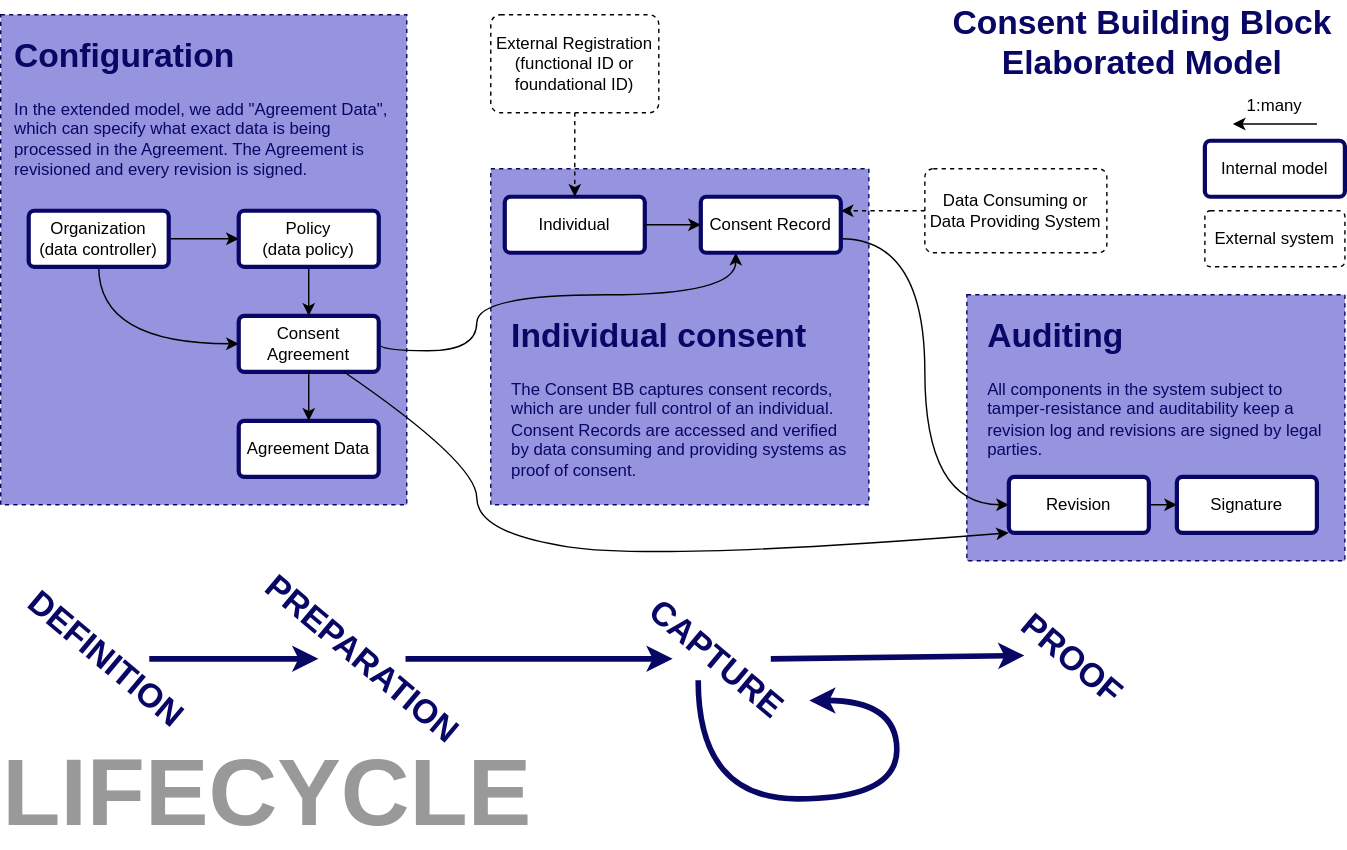
Above: spec/diagrams/extended-resource-relationship-model.svg in GovStackWorkingGroup/bb-consent (draw.io), before the change. Source tidied: cells renumbered, new cells last; positions are measured from the earlier drawing's top-left corner, leaving out a move shared by most shapes.
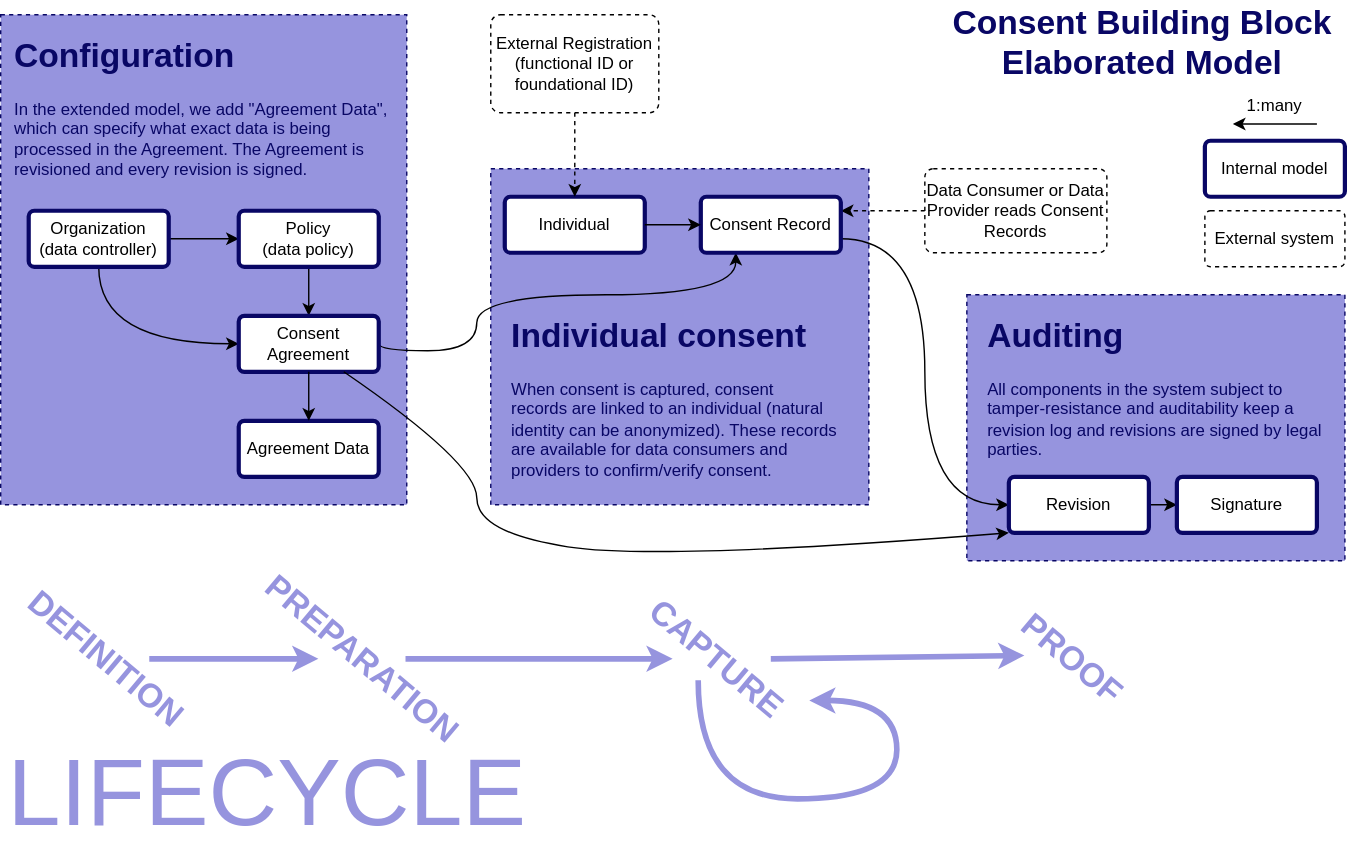
The same file after the commit.

Change to the diagram source:
```diff
@@ -41,7 +41,7 @@
     <mxCell id="12" style="edgeStyle=orthogonalEdgeStyle;curved=1;rounded=0;jettySize=auto;html=1;entryX=1;entryY=0.25;entryDx=0;entryDy=0;dashed=1;" parent="1" edge="1" source="13" target="16">
       <mxGeometry relative="1" as="geometry" />
     </mxCell>
-    <mxCell id="13" value="Data Consuming or Data Providing System" style="rounded=1;arcSize=10;whiteSpace=wrap;html=1;align=center;dashed=1;" parent="1" vertex="1">
+    <mxCell id="13" value="Data Consumer or Data Provider reads Consent Records" style="rounded=1;arcSize=10;whiteSpace=wrap;html=1;align=center;dashed=1;" parent="1" vertex="1">
       <mxGeometry x="660" y="120" width="130" height="60" as="geometry" />
     </mxCell>
     <mxCell id="14" value="Individual" style="rounded=1;arcSize=10;whiteSpace=wrap;html=1;align=center;strokeWidth=3;strokeColor=#090765;" parent="1" vertex="1">
@@ -68,7 +68,7 @@
     <mxCell id="21" value="&lt;h1&gt;Configuration&lt;/h1&gt;&lt;p&gt;In the extended model, we add &quot;Agreement Data&quot;, which can specify what exact data is being processed in the Agreement. The Agreement is revisioned and every revision is signed.&lt;br&gt;&lt;/p&gt;" style="text;html=1;strokeColor=none;fillColor=none;spacing=5;spacingTop=-20;whiteSpace=wrap;overflow=hidden;rounded=0;dashed=1;fontColor=#090765;" parent="1" vertex="1">
       <mxGeometry x="5" y="20" width="280" height="120" as="geometry" />
     </mxCell>
-    <mxCell id="22" value="&lt;h1&gt;Individual consent&lt;br&gt;&lt;/h1&gt;&lt;p&gt;The Consent BB captures consent records, which are under full control of an individual. Consent Records are accessed and verified by data consuming and providing systems as proof of consent.&lt;br&gt;&lt;/p&gt;" style="text;html=1;strokeColor=none;fillColor=none;spacing=5;spacingTop=-20;whiteSpace=wrap;overflow=hidden;rounded=0;dashed=1;fontColor=#090765;" parent="1" vertex="1">
+    <mxCell id="22" value="&lt;h1&gt;Individual consent&lt;br&gt;&lt;/h1&gt;&lt;p&gt;When consent is captured, consent &lt;br&gt;records are linked to an individual (natural identity can be anonymized). These records are available for data consumers and providers  to confirm/verify consent.&lt;br&gt;&lt;/p&gt;" style="text;html=1;strokeColor=none;fillColor=none;spacing=5;spacingTop=-20;whiteSpace=wrap;overflow=hidden;rounded=0;dashed=1;fontColor=#090765;" parent="1" vertex="1">
       <mxGeometry x="360" y="220" width="250" height="130" as="geometry" />
     </mxCell>
     <mxCell id="23" value="Consent Building Block&lt;br&gt;Elaborated Model" style="text;strokeColor=none;fillColor=none;html=1;fontSize=24;fontStyle=1;verticalAlign=middle;align=center;dashed=1;fontColor=#090765;" parent="1" vertex="1">
@@ -113,22 +113,22 @@
     <mxCell id="33" value="&lt;h1&gt;Auditing&lt;br&gt;&lt;/h1&gt;&lt;p&gt;All components in the system subject to tamper-resistance and auditability keep a revision log and revisions are signed by legal parties.&lt;br&gt;&lt;/p&gt;" style="text;html=1;strokeColor=none;fillColor=none;spacing=5;spacingTop=-20;whiteSpace=wrap;overflow=hidden;rounded=0;dashed=1;fontColor=#090765;" parent="1" vertex="1">
       <mxGeometry x="700" y="220" width="250" height="130" as="geometry" />
     </mxCell>
-    <mxCell id="34" style="edgeStyle=orthogonalEdgeStyle;curved=1;rounded=0;jettySize=auto;html=1;fontColor=#3333FF;strokeWidth=4;strokeColor=#090765;" parent="1" edge="1" source="35" target="37">
+    <mxCell id="34" style="edgeStyle=orthogonalEdgeStyle;curved=1;rounded=0;jettySize=auto;html=1;fontColor=#3333FF;strokeWidth=4;strokeColor=#9694DE;" parent="1" edge="1" source="35" target="37">
       <mxGeometry relative="1" as="geometry" />
     </mxCell>
-    <mxCell id="35" value="DEFINITION" style="text;strokeColor=none;fillColor=none;html=1;fontSize=24;fontStyle=1;verticalAlign=middle;align=center;fontColor=#090765;rotation=40;" parent="1" vertex="1">
+    <mxCell id="35" value="DEFINITION" style="text;strokeColor=none;fillColor=none;html=1;fontSize=24;fontStyle=1;verticalAlign=middle;align=center;fontColor=#9694DE;rotation=40;" parent="1" vertex="1">
       <mxGeometry y="450" width="150" height="40" as="geometry" />
     </mxCell>
-    <mxCell id="36" style="edgeStyle=orthogonalEdgeStyle;curved=1;rounded=0;jettySize=auto;html=1;fontColor=#3333FF;strokeColor=#090765;strokeWidth=4;" parent="1" edge="1" source="37" target="38">
+    <mxCell id="36" style="edgeStyle=orthogonalEdgeStyle;curved=1;rounded=0;jettySize=auto;html=1;fontColor=#3333FF;strokeColor=#9694DE;strokeWidth=4;" parent="1" edge="1" source="37" target="38">
       <mxGeometry relative="1" as="geometry" />
     </mxCell>
-    <mxCell id="37" value="PREPARATION" style="text;strokeColor=none;fillColor=none;html=1;fontSize=24;fontStyle=1;verticalAlign=middle;align=center;fontColor=#090765;rotation=40;" parent="1" vertex="1">
+    <mxCell id="37" value="PREPARATION" style="text;strokeColor=none;fillColor=none;html=1;fontSize=24;fontStyle=1;verticalAlign=middle;align=center;fontColor=#9694DE;rotation=40;" parent="1" vertex="1">
       <mxGeometry x="173" y="450" width="170" height="40" as="geometry" />
     </mxCell>
-    <mxCell id="38" value="CAPTURE" style="text;strokeColor=none;fillColor=none;html=1;fontSize=24;fontStyle=1;verticalAlign=middle;align=center;fontColor=#090765;rotation=40;" parent="1" vertex="1">
+    <mxCell id="38" value="CAPTURE" style="text;strokeColor=none;fillColor=none;html=1;fontSize=24;fontStyle=1;verticalAlign=middle;align=center;fontColor=#9694DE;rotation=40;" parent="1" vertex="1">
       <mxGeometry x="441" y="450" width="140" height="40" as="geometry" />
     </mxCell>
-    <mxCell id="39" style="edgeStyle=orthogonalEdgeStyle;curved=1;rounded=0;orthogonalLoop=1;jettySize=auto;html=1;exitX=0.5;exitY=1;exitDx=0;exitDy=0;fontColor=#3333FF;strokeColor=#090765;strokeWidth=4;entryX=1;entryY=0;entryDx=0;entryDy=0;" parent="1" edge="1" source="38" target="38">
+    <mxCell id="39" style="edgeStyle=orthogonalEdgeStyle;curved=1;rounded=0;orthogonalLoop=1;jettySize=auto;html=1;exitX=0.5;exitY=1;exitDx=0;exitDy=0;fontColor=#3333FF;strokeColor=#9694DE;strokeWidth=4;entryX=1;entryY=0;entryDx=0;entryDy=0;" parent="1" edge="1" source="38" target="38">
       <mxGeometry relative="1" as="geometry">
         <Array as="points">
           <mxPoint x="498" y="570" />
@@ -137,13 +137,13 @@
         </Array>
       </mxGeometry>
     </mxCell>
-    <mxCell id="40" value="PROOF" style="text;strokeColor=none;fillColor=none;html=1;fontSize=24;fontStyle=1;verticalAlign=middle;align=center;fontColor=#090765;rotation=40;" parent="1" vertex="1">
+    <mxCell id="40" value="PROOF" style="text;strokeColor=none;fillColor=none;html=1;fontSize=24;fontStyle=1;verticalAlign=middle;align=center;fontColor=#9694DE;rotation=40;" parent="1" vertex="1">
       <mxGeometry x="710" y="450" width="110" height="40" as="geometry" />
     </mxCell>
-    <mxCell id="41" value="LIFECYCLE" style="text;strokeColor=none;fillColor=none;html=1;fontSize=68;fontStyle=1;verticalAlign=middle;align=center;fontColor=#999999;" parent="1" vertex="1">
+    <mxCell id="41" value="LIFECYCLE" style="text;strokeColor=none;fillColor=none;html=1;fontSize=68;fontStyle=0;verticalAlign=middle;align=center;fontColor=#9694DE;" parent="1" vertex="1">
       <mxGeometry x="110" y="540" width="160" height="50" as="geometry" />
     </mxCell>
-    <mxCell id="42" style="endArrow=classic;html=1;rounded=0;fontSize=68;fontColor=#090765;strokeColor=#090765;strokeWidth=4;entryX=0.25;entryY=1;entryDx=0;entryDy=0;" parent="1" edge="1" target="40">
+    <mxCell id="42" style="endArrow=classic;html=1;rounded=0;fontSize=68;fontColor=#090765;strokeColor=#9694DE;strokeWidth=4;entryX=0.25;entryY=1;entryDx=0;entryDy=0;" parent="1" edge="1" target="40">
       <mxGeometry relative="1" as="geometry">
         <mxPoint x="550" y="470" as="sourcePoint" />
       </mxGeometry>
```
